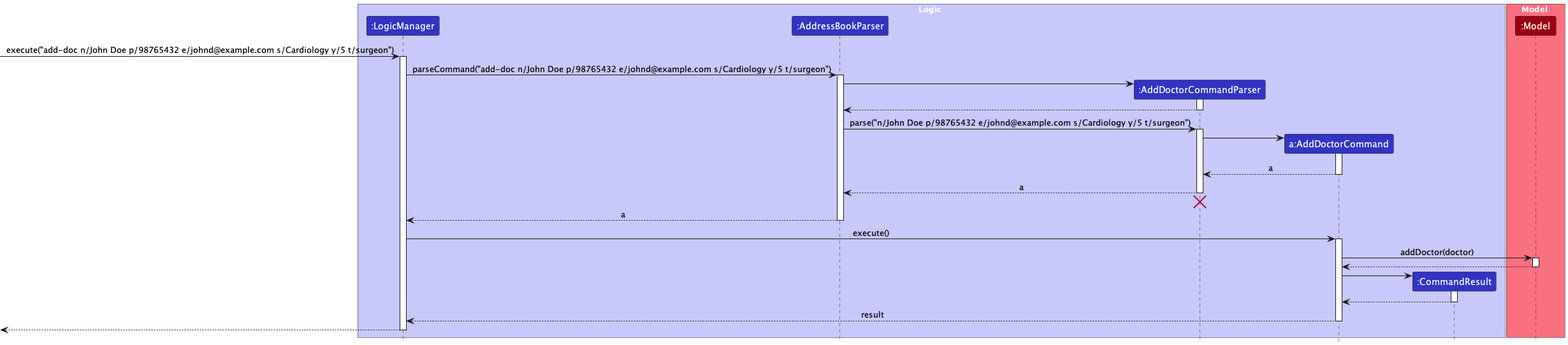
Before: docs/images/AddDoctorSequenceDiagram.png, a diagram exported from PlantUML (nus-cs2103-AY2223S2/tp). The source it was exported from:
```plantuml
@startuml
!include style.puml

box Logic LOGIC_COLOR_T1
participant ":LogicManager" as LogicManager LOGIC_COLOR
participant ":AddressBookParser" as AddressBookParser LOGIC_COLOR
participant ":AddDoctorCommandParser" as AddDoctorCommandParser LOGIC_COLOR
participant "a:AddDoctorCommand" as AddDoctorCommand LOGIC_COLOR
participant ":CommandResult" as CommandResult LOGIC_COLOR
end box

box Model MODEL_COLOR_T1
participant ":Model" as Model MODEL_COLOR
end box

[-> LogicManager : execute("add-doc n/John Doe p/98765432 e/johnd@example.com s/Cardiology y/5 t/surgeon")
activate LogicManager

LogicManager -> AddressBookParser : parseCommand("add-doc n/John Doe p/98765432 e/johnd@example.com s/Cardiology y/5 t/surgeon")
activate AddressBookParser

create AddDoctorCommandParser
AddressBookParser -> AddDoctorCommandParser
activate AddDoctorCommandParser

AddDoctorCommandParser --> AddressBookParser
deactivate AddDoctorCommandParser

AddressBookParser -> AddDoctorCommandParser : parse("n/John Doe p/98765432 e/johnd@example.com s/Cardiology y/5 t/surgeon")
activate AddDoctorCommandParser

create AddDoctorCommand
AddDoctorCommandParser -> AddDoctorCommand
activate AddDoctorCommand

AddDoctorCommand --> AddDoctorCommandParser : a
deactivate AddDoctorCommand

AddDoctorCommandParser --> AddressBookParser : a
deactivate AddDoctorCommandParser
AddDoctorCommandParser -[hidden]-> AddressBookParser
destroy AddDoctorCommandParser

AddressBookParser --> LogicManager : a
deactivate AddressBookParser

LogicManager -> AddDoctorCommand : execute()
activate AddDoctorCommand

AddDoctorCommand -> Model : addDoctor(doctor)
activate Model

Model --> AddDoctorCommand
deactivate Model

create CommandResult
AddDoctorCommand -> CommandResult
activate CommandResult

CommandResult --> AddDoctorCommand
deactivate CommandResult

AddDoctorCommand --> LogicManager : result
deactivate AddDoctorCommand

[<--LogicManager
deactivate LogicManager
@enduml
```
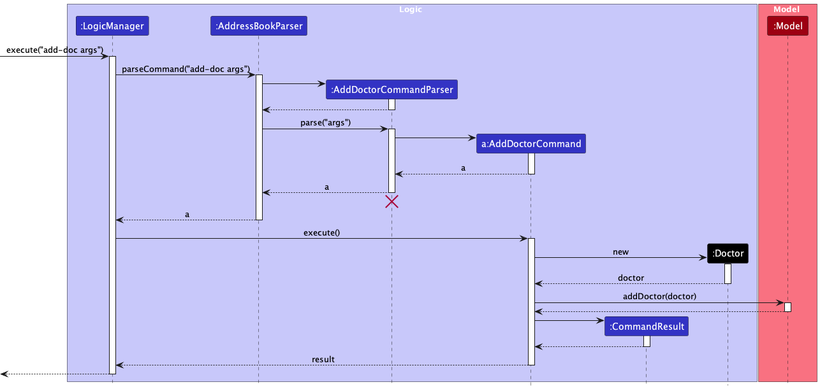
After the change.

Commit message:
Update sequence diagram and CLISyntax

Change to the diagram source:
```diff
@@ -7,16 +7,17 @@
 participant ":AddDoctorCommandParser" as AddDoctorCommandParser LOGIC_COLOR
 participant "a:AddDoctorCommand" as AddDoctorCommand LOGIC_COLOR
 participant ":CommandResult" as CommandResult LOGIC_COLOR
+participant ":Doctor" as Doctor USER_COLOR
 end box
 
 box Model MODEL_COLOR_T1
 participant ":Model" as Model MODEL_COLOR
 end box
 
-[-> LogicManager : execute("add-doc n/John Doe p/98765432 e/johnd@example.com s/Cardiology y/5 t/surgeon")
+[-> LogicManager : execute("add-doc args")
 activate LogicManager
 
-LogicManager -> AddressBookParser : parseCommand("add-doc n/John Doe p/98765432 e/johnd@example.com s/Cardiology y/5 t/surgeon")
+LogicManager -> AddressBookParser : parseCommand("add-doc args")
 activate AddressBookParser
 
 create AddDoctorCommandParser
@@ -26,7 +27,7 @@
 AddDoctorCommandParser --> AddressBookParser
 deactivate AddDoctorCommandParser
 
-AddressBookParser -> AddDoctorCommandParser : parse("n/John Doe p/98765432 e/johnd@example.com s/Cardiology y/5 t/surgeon")
+AddressBookParser -> AddDoctorCommandParser : parse("args")
 activate AddDoctorCommandParser
 
 create AddDoctorCommand
@@ -47,6 +48,13 @@
 LogicManager -> AddDoctorCommand : execute()
 activate AddDoctorCommand
 
+create Doctor
+AddDoctorCommand -> Doctor: new
+activate Doctor
+
+Doctor --> AddDoctorCommand : doctor
+deactivate Doctor
+
 AddDoctorCommand -> Model : addDoctor(doctor)
 activate Model
 
```
